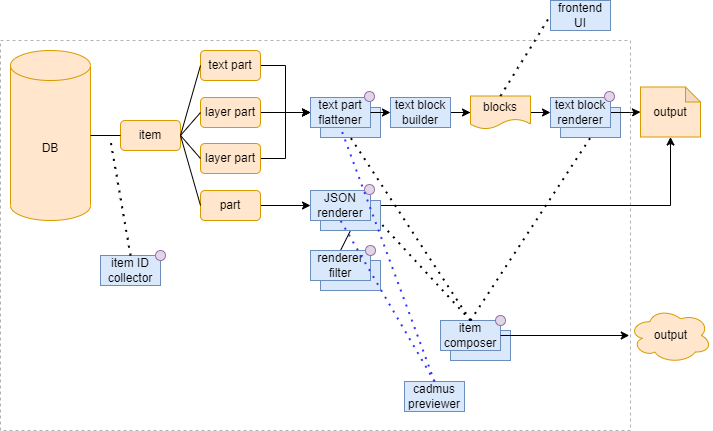
vedph/cadmus-migration keeps this draw.io diagram as docs/img/cadmus-export.png. Above is the earlier version. Source tidied: cells renumbered, new cells last; positions are measured from the earlier drawing's top-left corner, leaving out a move shared by most shapes.
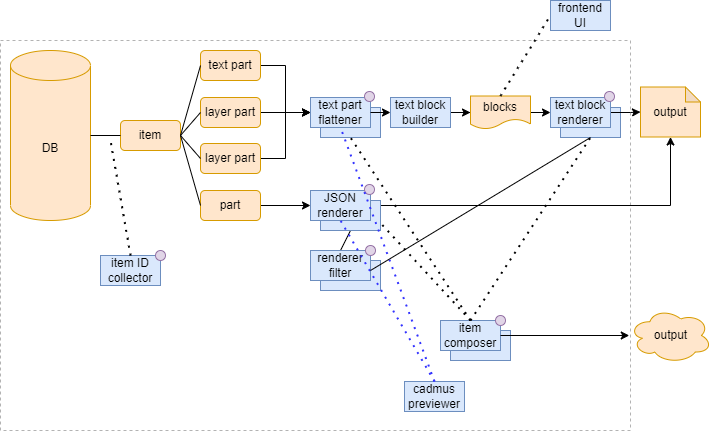
After the change.

The edit, as a diff of the source:
```diff
@@ -180,5 +180,10 @@
         <mxPoint x="110" y="140" as="targetPoint" />
       </mxGeometry>
     </mxCell>
+    <mxCell id="60" style="endArrow=none;html=1;rounded=0;entryX=0.5;entryY=1;entryDx=0;entryDy=0;" parent="1" edge="1" target="3">
+      <mxGeometry relative="1" as="geometry">
+        <mxPoint x="370" y="270" as="sourcePoint" />
+      </mxGeometry>
+    </mxCell>
   </root>
 </mxGraphModel>
```
